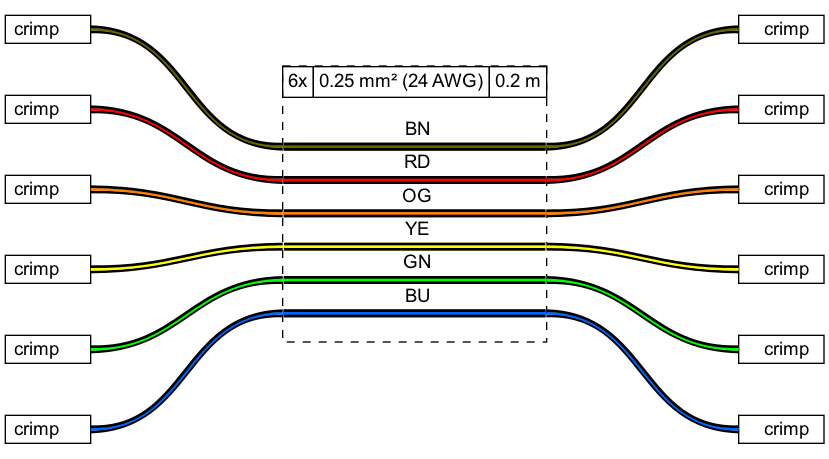
Before: examples/ex04.png, a diagram exported from Graphviz (wireviz/WireViz). Its source is kept beside it as examples/ex04.gv.
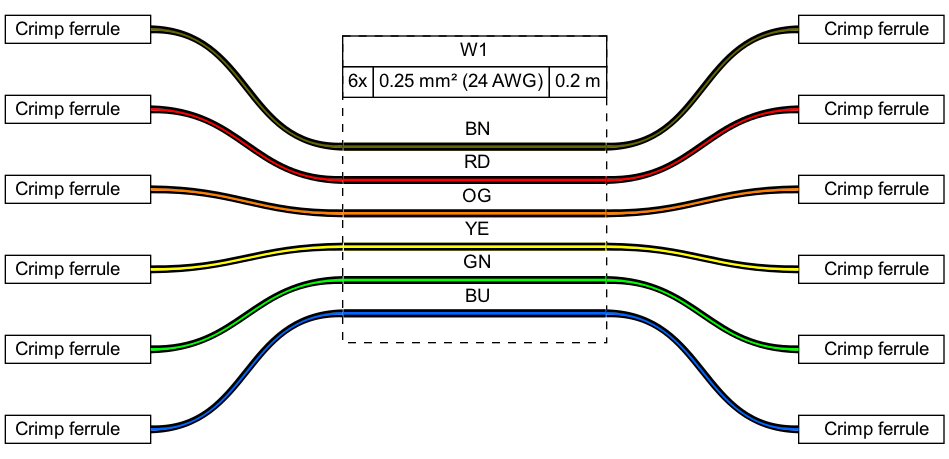
After the commit.

Change to the diagram source:
```diff
@@ -5,7 +5,7 @@
 	F1 [label=<
 
                 <TABLE BORDER="1" CELLBORDER="0" CELLSPACING="0" CELLPADDING="2"><TR>
-                <TD PORT="p1l"> crimp  </TD>
+                <TD PORT="p1l"> Crimp ferrule  </TD>
 
                 <TD PORT="p1r">  </TD>
                 </TR></TABLE>
@@ -15,7 +15,7 @@
 	F2 [label=<
 
                 <TABLE BORDER="1" CELLBORDER="0" CELLSPACING="0" CELLPADDING="2"><TR>
-                <TD PORT="p1l"> crimp  </TD>
+                <TD PORT="p1l"> Crimp ferrule  </TD>
 
                 <TD PORT="p1r">  </TD>
                 </TR></TABLE>
@@ -25,7 +25,7 @@
 	F3 [label=<
 
                 <TABLE BORDER="1" CELLBORDER="0" CELLSPACING="0" CELLPADDING="2"><TR>
-                <TD PORT="p1l"> crimp  </TD>
+                <TD PORT="p1l"> Crimp ferrule  </TD>
 
                 <TD PORT="p1r">  </TD>
                 </TR></TABLE>
@@ -35,7 +35,7 @@
 	F4 [label=<
 
                 <TABLE BORDER="1" CELLBORDER="0" CELLSPACING="0" CELLPADDING="2"><TR>
-                <TD PORT="p1l"> crimp  </TD>
+                <TD PORT="p1l"> Crimp ferrule  </TD>
 
                 <TD PORT="p1r">  </TD>
                 </TR></TABLE>
@@ -45,7 +45,7 @@
 	F5 [label=<
 
                 <TABLE BORDER="1" CELLBORDER="0" CELLSPACING="0" CELLPADDING="2"><TR>
-                <TD PORT="p1l"> crimp  </TD>
+                <TD PORT="p1l"> Crimp ferrule  </TD>
 
                 <TD PORT="p1r">  </TD>
                 </TR></TABLE>
@@ -55,7 +55,7 @@
 	F6 [label=<
 
                 <TABLE BORDER="1" CELLBORDER="0" CELLSPACING="0" CELLPADDING="2"><TR>
-                <TD PORT="p1l"> crimp  </TD>
+                <TD PORT="p1l"> Crimp ferrule  </TD>
 
                 <TD PORT="p1r">  </TD>
                 </TR></TABLE>
@@ -67,7 +67,7 @@
                 <TABLE BORDER="1" CELLBORDER="0" CELLSPACING="0" CELLPADDING="2"><TR>
                 <TD PORT="p1l">  </TD>
 
-                <TD PORT="p1r"> crimp  </TD>
+                <TD PORT="p1r"> Crimp ferrule  </TD>
                 </TR></TABLE>
 
 
@@ -77,7 +77,7 @@
                 <TABLE BORDER="1" CELLBORDER="0" CELLSPACING="0" CELLPADDING="2"><TR>
                 <TD PORT="p1l">  </TD>
 
-                <TD PORT="p1r"> crimp  </TD>
+                <TD PORT="p1r"> Crimp ferrule  </TD>
                 </TR></TABLE>
 
 
@@ -87,7 +87,7 @@
                 <TABLE BORDER="1" CELLBORDER="0" CELLSPACING="0" CELLPADDING="2"><TR>
                 <TD PORT="p1l">  </TD>
 
-                <TD PORT="p1r"> crimp  </TD>
+                <TD PORT="p1r"> Crimp ferrule  </TD>
                 </TR></TABLE>
 
 
@@ -97,7 +97,7 @@
                 <TABLE BORDER="1" CELLBORDER="0" CELLSPACING="0" CELLPADDING="2"><TR>
                 <TD PORT="p1l">  </TD>
 
-                <TD PORT="p1r"> crimp  </TD>
+                <TD PORT="p1r"> Crimp ferrule  </TD>
                 </TR></TABLE>
 
 
@@ -107,7 +107,7 @@
                 <TABLE BORDER="1" CELLBORDER="0" CELLSPACING="0" CELLPADDING="2"><TR>
                 <TD PORT="p1l">  </TD>
 
-                <TD PORT="p1r"> crimp  </TD>
+                <TD PORT="p1r"> Crimp ferrule  </TD>
                 </TR></TABLE>
 
 
@@ -117,7 +117,7 @@
                 <TABLE BORDER="1" CELLBORDER="0" CELLSPACING="0" CELLPADDING="2"><TR>
                 <TD PORT="p1l">  </TD>
 
-                <TD PORT="p1r"> crimp  </TD>
+                <TD PORT="p1r"> Crimp ferrule  </TD>
                 </TR></TABLE>
 
 
@@ -146,5 +146,5 @@
 	W1:w2:e -- F11:w
 	edge [color="#000000:#666600:#000000"]
 	W1:w1:e -- F12:w
-	W1 [label=<<table border="0" cellspacing="0" cellpadding="0"><tr><td><table border="0" cellspacing="0" cellpadding="3" cellborder="1"><tr><td>6x</td><td>0.25 mm² (24 AWG)</td><td>0.2 m</td></tr></table></td></tr><tr><td>&nbsp;</td></tr><tr><td><table border="0" cellspacing="0" cellborder="0"><tr><td></td><td>BN</td><td></td></tr><tr><td colspan="3" cellpadding="0" height="6" bgcolor="#666600" border="2" sides="tb" port="w1"></td></tr><tr><td></td><td>RD</td><td></td></tr><tr><td colspan="3" cellpadding="0" height="6" bgcolor="#ff0000" border="2" sides="tb" port="w2"></td></tr><tr><td></td><td>OG</td><td></td></tr><tr><td colspan="3" cellpadding="0" height="6" bgcolor="#ff8000" border="2" sides="tb" port="w3"></td></tr><tr><td></td><td>YE</td><td></td></tr><tr><td colspan="3" cellpadding="0" height="6" bgcolor="#ffff00" border="2" sides="tb" port="w4"></td></tr><tr><td></td><td>GN</td><td></td></tr><tr><td colspan="3" cellpadding="0" height="6" bgcolor="#00ff00" border="2" sides="tb" port="w5"></td></tr><tr><td></td><td>BU</td><td></td></tr><tr><td colspan="3" cellpadding="0" height="6" bgcolor="#0066ff" border="2" sides="tb" port="w6"></td></tr><tr><td>&nbsp;</td></tr></table></td></tr></table>> fillcolor=white margin=0 shape=box style="filled,dashed"]
+	W1 [label=<<table border="0" cellspacing="0" cellpadding="0"><tr><td><table border="0" cellspacing="0" cellpadding="3" cellborder="1"><tr><td colspan="3">W1</td></tr><tr><td>6x</td><td>0.25 mm² (24 AWG)</td><td>0.2 m</td></tr></table></td></tr><tr><td>&nbsp;</td></tr><tr><td><table border="0" cellspacing="0" cellborder="0"><tr><td></td><td>BN</td><td></td></tr><tr><td colspan="3" cellpadding="0" height="6" bgcolor="#666600" border="2" sides="tb" port="w1"></td></tr><tr><td></td><td>RD</td><td></td></tr><tr><td colspan="3" cellpadding="0" height="6" bgcolor="#ff0000" border="2" sides="tb" port="w2"></td></tr><tr><td></td><td>OG</td><td></td></tr><tr><td colspan="3" cellpadding="0" height="6" bgcolor="#ff8000" border="2" sides="tb" port="w3"></td></tr><tr><td></td><td>YE</td><td></td></tr><tr><td colspan="3" cellpadding="0" height="6" bgcolor="#ffff00" border="2" sides="tb" port="w4"></td></tr><tr><td></td><td>GN</td><td></td></tr><tr><td colspan="3" cellpadding="0" height="6" bgcolor="#00ff00" border="2" sides="tb" port="w5"></td></tr><tr><td></td><td>BU</td><td></td></tr><tr><td colspan="3" cellpadding="0" height="6" bgcolor="#0066ff" border="2" sides="tb" port="w6"></td></tr><tr><td>&nbsp;</td></tr></table></td></tr></table>> fillcolor=white margin=0 shape=box style="filled,dashed"]
 }
```
